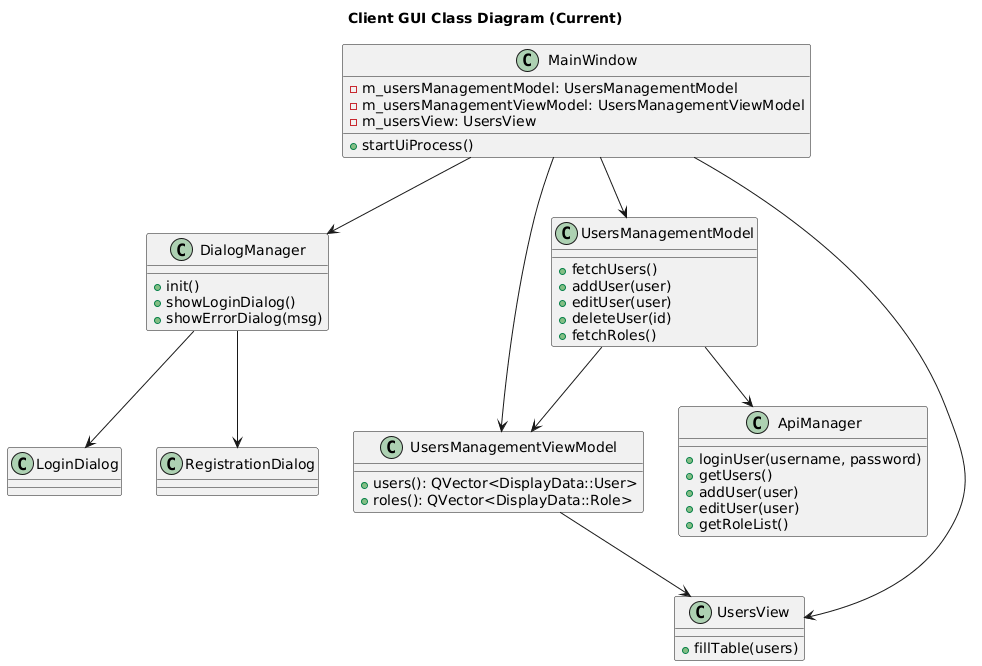
Sage-Cat/SageStore keeps this PlantUML diagram as docs/client/GUI_CD.png. Above is the earlier version.
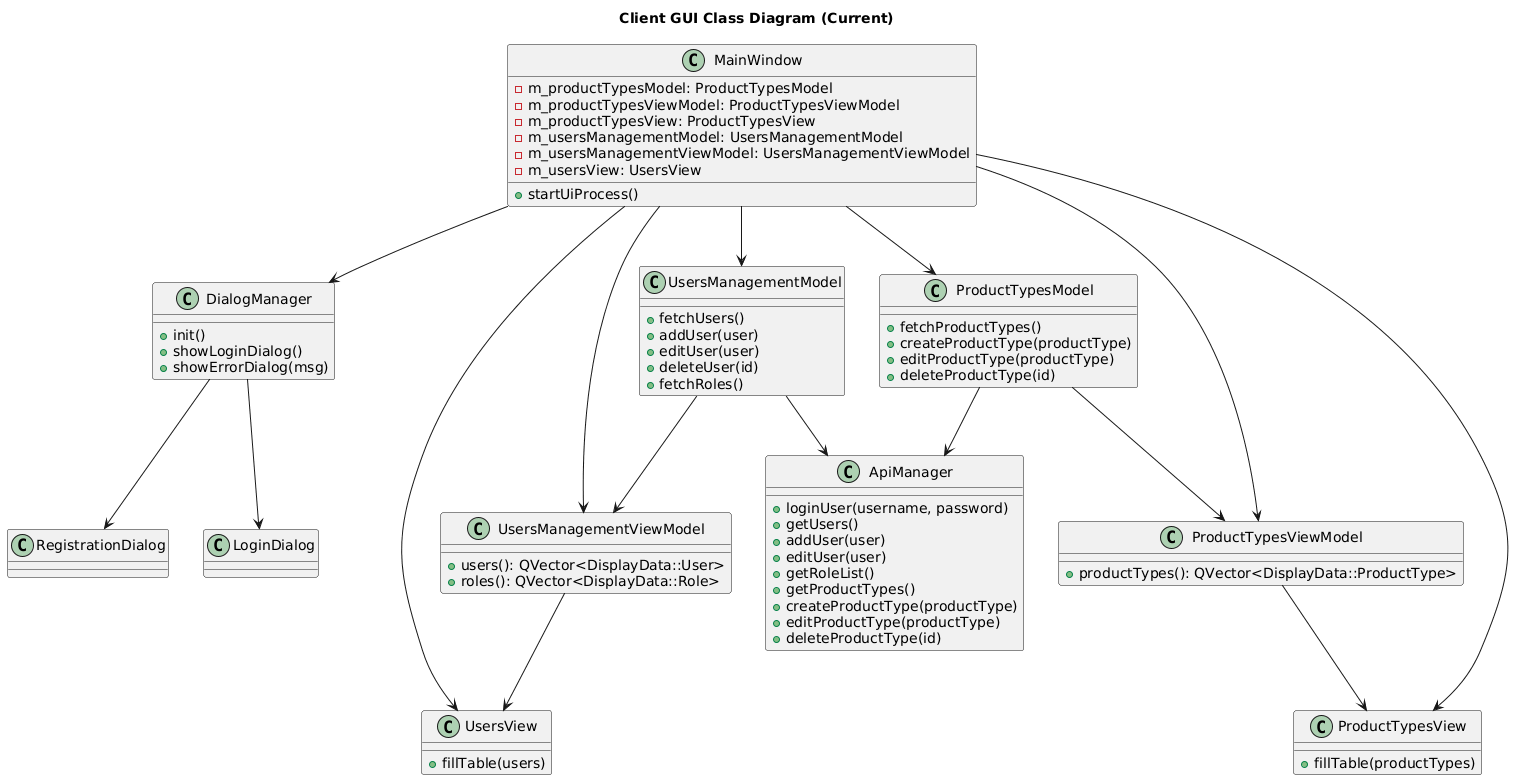
After the change.

Change to the diagram source:
```diff
@@ -2,6 +2,9 @@
 title Client GUI Class Diagram (Current)
 
 class MainWindow {
+    - m_productTypesModel: ProductTypesModel
+    - m_productTypesViewModel: ProductTypesViewModel
+    - m_productTypesView: ProductTypesView
     - m_usersManagementModel: UsersManagementModel
     - m_usersManagementViewModel: UsersManagementViewModel
     - m_usersView: UsersView
@@ -34,18 +37,43 @@
     + fillTable(users)
 }
 
+class ProductTypesModel {
+    + fetchProductTypes()
+    + createProductType(productType)
+    + editProductType(productType)
+    + deleteProductType(id)
+}
+
+class ProductTypesViewModel {
+    + productTypes(): QVector<DisplayData::ProductType>
+}
+
+class ProductTypesView {
+    + fillTable(productTypes)
+}
+
 class ApiManager {
     + loginUser(username, password)
     + getUsers()
     + addUser(user)
     + editUser(user)
     + getRoleList()
+    + getProductTypes()
+    + createProductType(productType)
+    + editProductType(productType)
+    + deleteProductType(id)
 }
 
 MainWindow --> DialogManager
+MainWindow --> ProductTypesModel
+MainWindow --> ProductTypesViewModel
+MainWindow --> ProductTypesView
 MainWindow --> UsersManagementModel
 MainWindow --> UsersManagementViewModel
 MainWindow --> UsersView
+ProductTypesModel --> ApiManager
+ProductTypesModel --> ProductTypesViewModel
+ProductTypesViewModel --> ProductTypesView
 UsersManagementModel --> ApiManager
 UsersManagementModel --> UsersManagementViewModel
 UsersManagementViewModel --> UsersView
```
